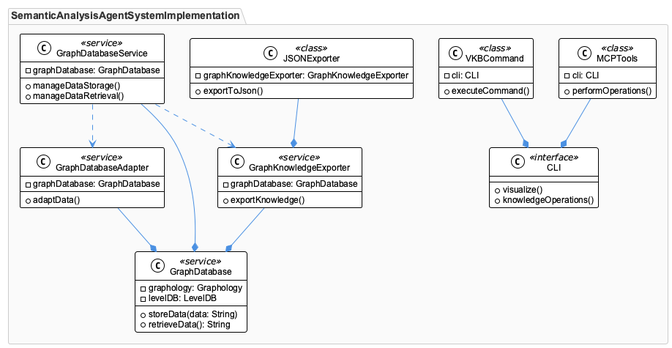
fwornle/coding keeps this PlantUML diagram as knowledge-management/insights/images/semantic-analysis-agent-system-implementation-class.png. Above is the earlier version.
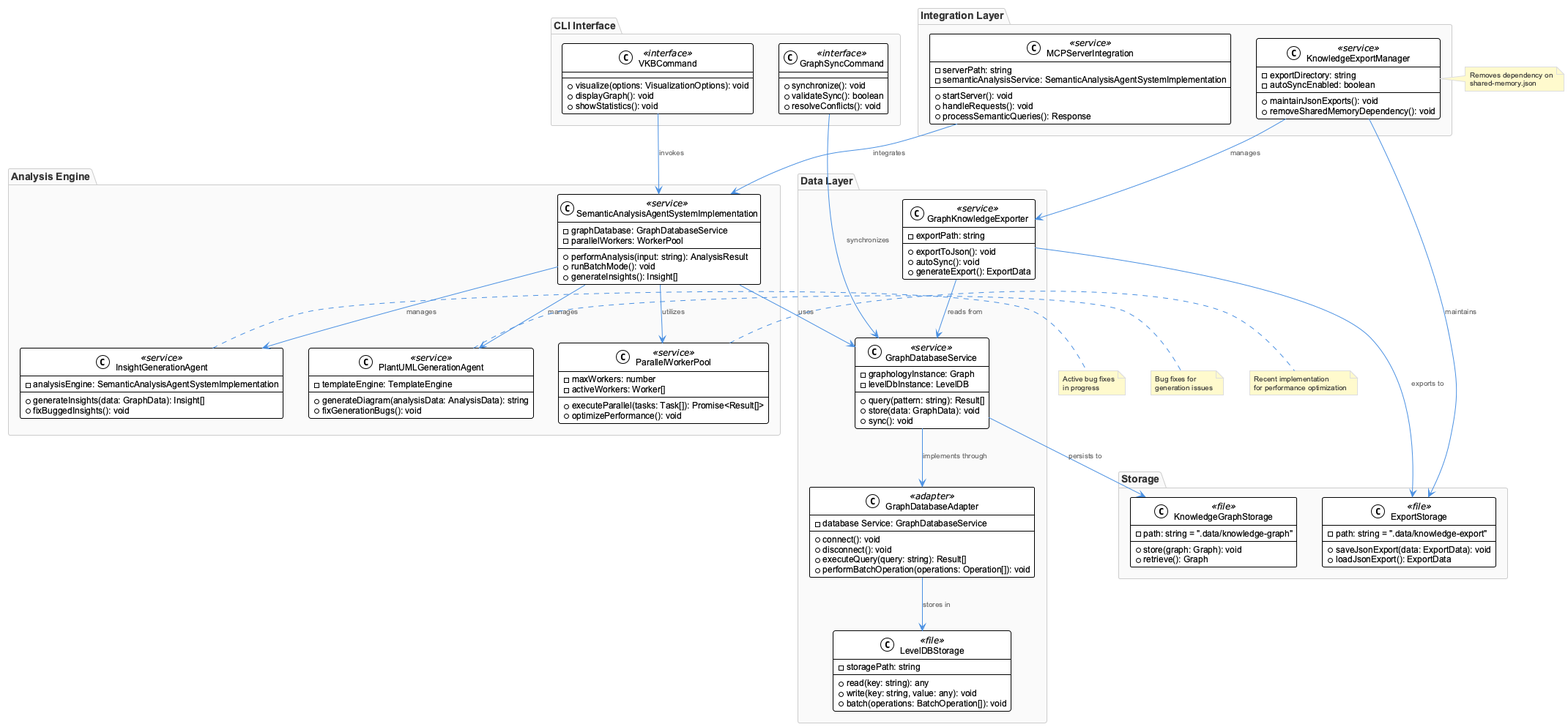
After the change.

The edit, as a diff of the source:
```diff
@@ -1,58 +1,133 @@
 @startuml
 !include /Users/q284340/Agentic/coding/docs/puml/_standard-style.puml
 
-package "SemanticAnalysisAgentSystemImplementation" {
-  class GraphDatabase <<service>> {
-    - graphology: Graphology
-    - levelDB: LevelDB
-    + storeData(data: String)
-    + retrieveData(): String
-  }
+package "Data Layer" {
+    class GraphDatabaseService <<service>> {
+        -graphologyInstance: Graph
+        -levelDbInstance: LevelDB
+        +query(pattern: string): Result[]
+        +store(data: GraphData): void
+        +sync(): void
+    }
 
-  class GraphDatabaseService <<service>> {
-    - graphDatabase: GraphDatabase
-    + manageDataStorage()
-    + manageDataRetrieval()
-  }
+    class GraphDatabaseAdapter <<adapter>> {
+        -database Service: GraphDatabaseService
+        +connect(): void
+        +disconnect(): void
+        +executeQuery(query: string): Result[]
+        +performBatchOperation(operations: Operation[]): void
+    }
 
-  class GraphKnowledgeExporter <<service>> {
-    - graphDatabase: GraphDatabase
-    + exportKnowledge()
-  }
+    class GraphKnowledgeExporter <<service>> {
+        -exportPath: string
+        +exportToJson(): void
+        +autoSync(): void
+        +generateExport(): ExportData
+    }
 
-  class GraphDatabaseAdapter <<service>> {
-    - graphDatabase: GraphDatabase
-    + adaptData()
-  }
-
-  class CLI <<interface>> {
-    + visualize()
-    + knowledgeOperations()
-  }
-
-  class VKBCommand <<class>> {
-    - cli: CLI
-    + executeCommand()
-  }
-
-  class MCPTools <<class>> {
-    - cli: CLI
-    + performOperations()
-  }
-
-  class JSONExporter <<class>> {
-    - graphKnowledgeExporter: GraphKnowledgeExporter
-    + exportToJson()
-  }
-
-  GraphDatabaseService --* GraphDatabase
-  GraphKnowledgeExporter --* GraphDatabase
-  GraphDatabaseAdapter --* GraphDatabase
-  VKBCommand --* CLI
-  MCPTools --* CLI
-  JSONExporter --* GraphKnowledgeExporter
-  GraphDatabaseService ..> GraphKnowledgeExporter
-  GraphDatabaseService ..> GraphDatabaseAdapter
+    class LevelDBStorage <<file>> {
+        -storagePath: string
+        +read(key: string): any
+        +write(key: string, value: any): void
+        +batch(operations: BatchOperation[]): void
+    }
 }
 
+package "Analysis Engine" {
+    class SemanticAnalysisAgentSystemImplementation <<service>> {
+        -graphDatabase: GraphDatabaseService
+        -parallelWorkers: WorkerPool
+        +performAnalysis(input: string): AnalysisResult
+        +runBatchMode(): void
+        +generateInsights(): Insight[]
+    }
+
+    class ParallelWorkerPool <<service>> {
+        -maxWorkers: number
+        -activeWorkers: Worker[]
+        +executeParallel(tasks: Task[]): Promise<Result[]>
+        +optimizePerformance(): void
+    }
+
+    class InsightGenerationAgent <<service>> {
+        -analysisEngine: SemanticAnalysisAgentSystemImplementation
+        +generateInsights(data: GraphData): Insight[]
+        +fixBuggedInsights(): void
+    }
+
+    class PlantUMLGenerationAgent <<service>> {
+        -templateEngine: TemplateEngine
+        +generateDiagram(analysisData: AnalysisData): string
+        +fixGenerationBugs(): void
+    }
+}
+
+package "CLI Interface" {
+    class VKBCommand <<interface>> {
+        +visualize(options: VisualizationOptions): void
+        +displayGraph(): void
+        +showStatistics(): void
+    }
+
+    class GraphSyncCommand <<interface>> {
+        +synchronize(): void
+        +validateSync(): boolean
+        +resolveConflicts(): void
+    }
+}
+
+package "Integration Layer" {
+    class MCPServerIntegration <<service>> {
+        -serverPath: string
+        -semanticAnalysisService: SemanticAnalysisAgentSystemImplementation
+        +startServer(): void
+        +handleRequests(): void
+        +processSemanticQueries(): Response
+    }
+
+    class KnowledgeExportManager <<service>> {
+        -exportDirectory: string
+        -autoSyncEnabled: boolean
+        +maintainJsonExports(): void
+        +removeSharedMemoryDependency(): void
+    }
+}
+
+package "Storage" {
+    class KnowledgeGraphStorage <<file>> {
+        -path: string = ".data/knowledge-graph"
+        +store(graph: Graph): void
+        +retrieve(): Graph
+    }
+
+    class ExportStorage <<file>> {
+        -path: string = ".data/knowledge-export"
+        +saveJsonExport(data: ExportData): void
+        +loadJsonExport(): ExportData
+    }
+}
+
+SemanticAnalysisAgentSystemImplementation --> GraphDatabaseService : uses
+GraphDatabaseService --> GraphDatabaseAdapter : implements through
+GraphDatabaseAdapter --> LevelDBStorage : stores in
+GraphDatabaseService --> KnowledgeGraphStorage : persists to
+GraphKnowledgeExporter --> ExportStorage : exports to
+GraphKnowledgeExporter --> GraphDatabaseService : reads from
+
+SemanticAnalysisAgentSystemImplementation --> ParallelWorkerPool : utilizes
+SemanticAnalysisAgentSystemImplementation --> InsightGenerationAgent : manages
+SemanticAnalysisAgentSystemImplementation --> PlantUMLGenerationAgent : manages
+
+VKBCommand --> SemanticAnalysisAgentSystemImplementation : invokes
+GraphSyncCommand --> GraphDatabaseService : synchronizes
+
+MCPServerIntegration --> SemanticAnalysisAgentSystemImplementation : integrates
+KnowledgeExportManager --> GraphKnowledgeExporter : manages
+KnowledgeExportManager --> ExportStorage : maintains
+
+note right of ParallelWorkerPool : Recent implementation\nfor performance optimization
+note right of InsightGenerationAgent : Active bug fixes\nin progress
+note right of PlantUMLGenerationAgent : Bug fixes for\ngeneration issues
+note right of KnowledgeExportManager : Removes dependency on\nshared-memory.json
+
 @enduml
```
